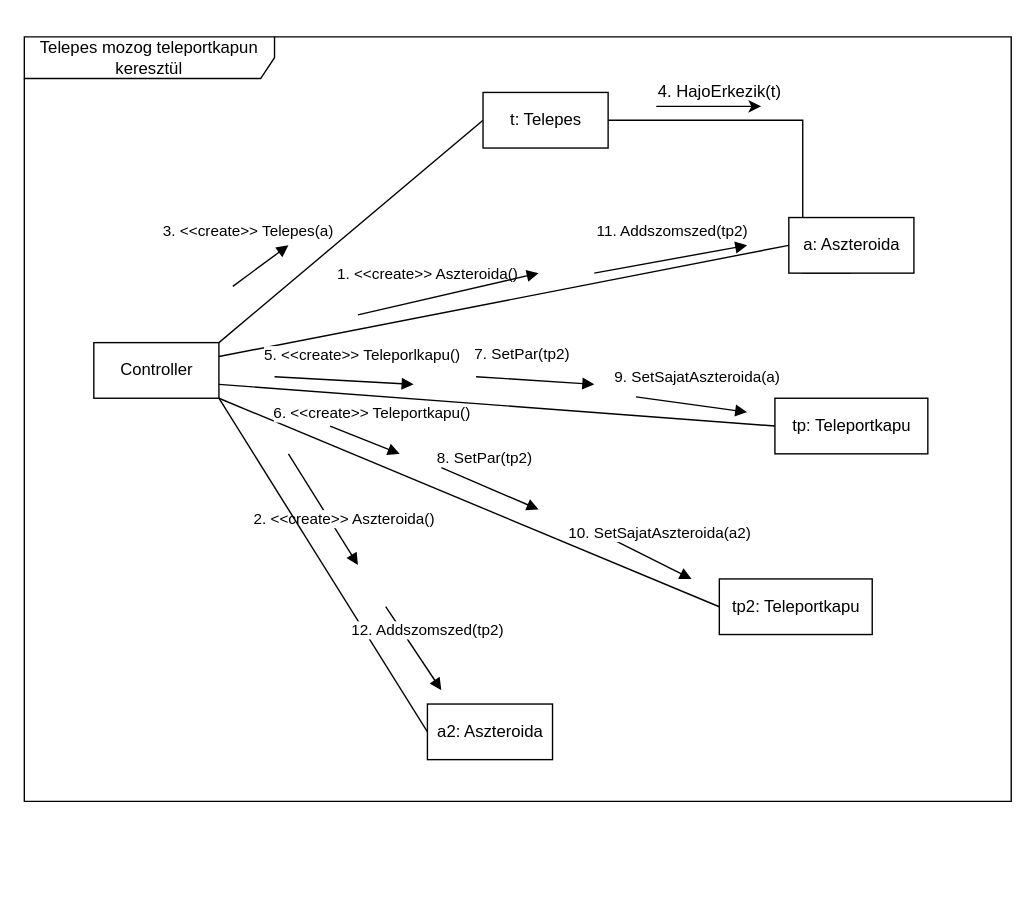
Before: page "TelepesTPMozgas" (1 of 3) of doc/kommunikacio/TeleportMozgas.drawio in torpeBoiGo/aszteroidabanyaszat, a draw.io diagram. Source tidied: cells renumbered, new cells numbered last; positions are measured from the earlier drawing's top-left corner, leaving out a move shared by most shapes. Both pictures are drawn from the tidied source at 139%, with x=0, y=0 at pixel (24, 36).
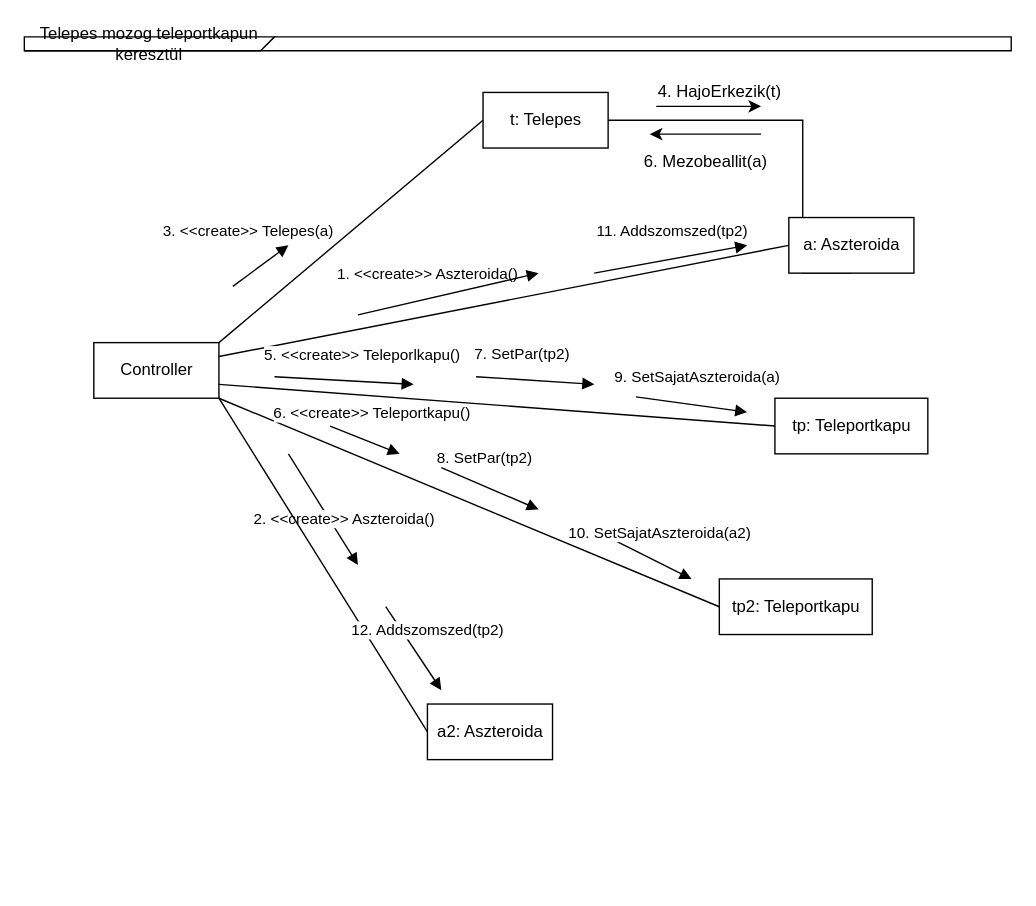
The same diagram, later.

The edit, as a diff of the source:
```diff
@@
     <mxCell id="2" value="Telepes mozog teleportkapun keresztül" style="shape=umlFrame;whiteSpace=wrap;html=1;width=180;height=30;" parent="1" vertex="1">
-      <mxGeometry width="710" height="550" as="geometry" />
+      <mxGeometry width="710" height="10" as="geometry" />
     </mxCell>
@@
+    <mxCell id="30" style="endArrow=classic;html=1;" parent="1" edge="1">
+      <mxGeometry relative="1" as="geometry">
+        <mxPoint x="530" y="70" as="sourcePoint" />
+        <mxPoint x="450" y="70" as="targetPoint" />
+      </mxGeometry>
+    </mxCell>
+    <mxCell id="31" value="6. Mezobeallit(a)" style="text;html=1;align=center;verticalAlign=middle;" parent="1" vertex="1">
+      <mxGeometry x="440" y="80" width="100" height="20" as="geometry" />
+    </mxCell>
```
